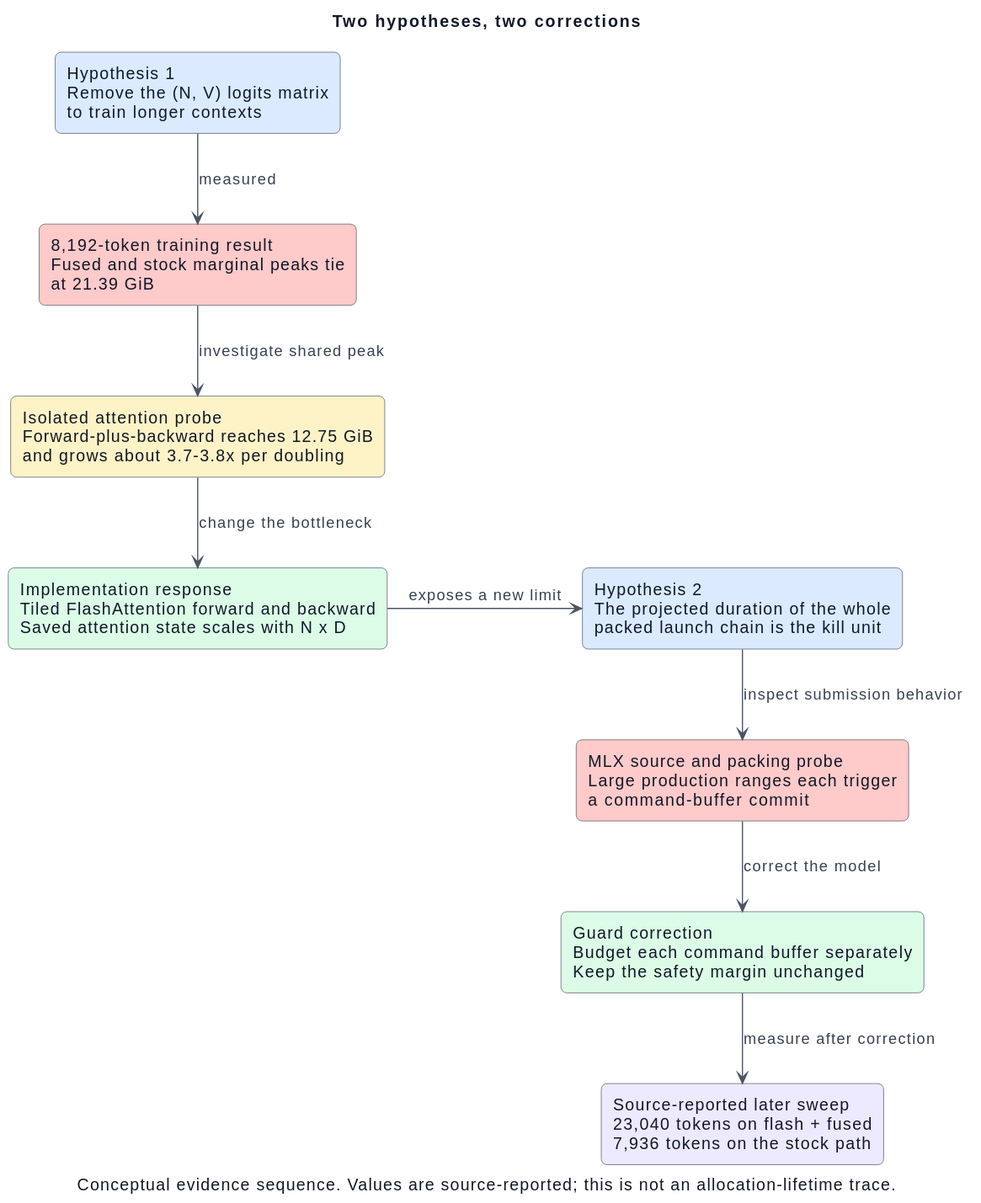
Above: docs/papers/diagrams/bottleneck-migration-evidence-flow.svg in IonDen/mlx-train-perf (PlantUML), before the change. Its diagram source:
```plantuml
@startuml
title Two hypotheses, two corrections

skinparam backgroundColor #FFFFFF
skinparam shadowing false
skinparam roundCorner 10
skinparam defaultFontName Helvetica
skinparam defaultFontColor #111827
skinparam ArrowColor #4B5563
skinparam ArrowFontColor #374151
skinparam rectangle {
  BorderColor #4B5563
  FontColor #111827
  BackgroundColor #F8FAFC
}

rectangle "Hypothesis 1\nRemove the (N, V) logits matrix\nto train longer contexts" as h1 #DBEAFE
rectangle "8,192-token training result\nFused and stock marginal peaks tie\nat 21.39 GiB" as tie #FECACA
rectangle "Isolated attention probe\nForward-plus-backward reaches 12.75 GiB\nand grows about 3.7-3.8x per doubling" as probe #FEF3C7
rectangle "Implementation response\nTiled FlashAttention forward and backward\nSaved attention state scales with N x D" as flash #DCFCE7
rectangle "Hypothesis 2\nThe projected duration of the whole\npacked launch chain is the kill unit" as h2 #DBEAFE
rectangle "MLX source and packing probe\nLarge production ranges each trigger\na command-buffer commit" as packing #FECACA
rectangle "Guard correction\nBudget each command buffer separately\nKeep the safety margin unchanged" as guard #DCFCE7
rectangle "Source-reported later sweep\n23,040 tokens on flash + fused\n7,936 tokens on the stock path" as sweep #EDE9FE

h1 -down-> tie : measured
tie -down-> probe : investigate shared peak
probe -down-> flash : change the bottleneck
flash -right-> h2 : exposes a new limit
h2 -down-> packing : inspect submission behavior
packing -down-> guard : correct the model
guard -down-> sweep : measure after correction

caption Conceptual evidence sequence. Values are source-reported; this is not an allocation-lifetime trace.
@enduml
```
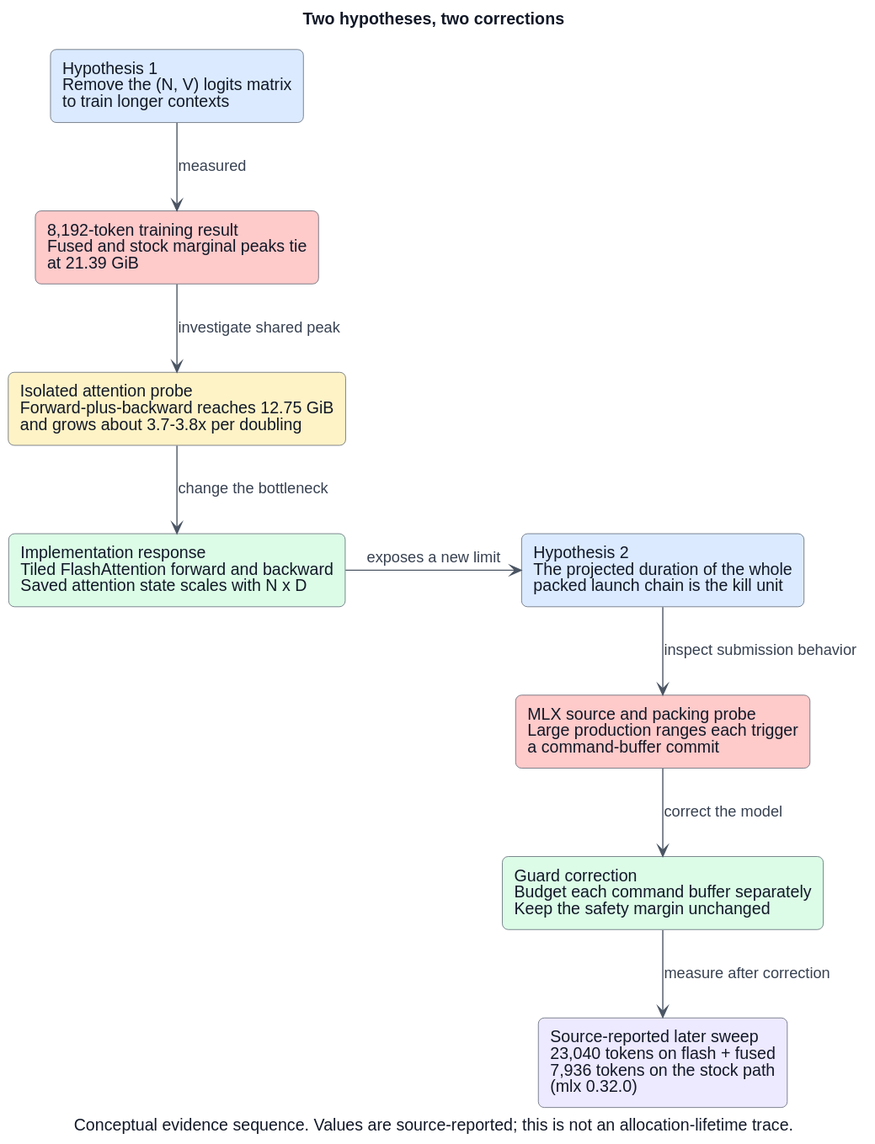
Above is the later version.

Commit message:
Correct three papers: MLX version, loss-table source, packing math (#23)

Change to the diagram source:
```diff
@@ -21,7 +21,7 @@
 rectangle "Hypothesis 2\nThe projected duration of the whole\npacked launch chain is the kill unit" as h2 #DBEAFE
 rectangle "MLX source and packing probe\nLarge production ranges each trigger\na command-buffer commit" as packing #FECACA
 rectangle "Guard correction\nBudget each command buffer separately\nKeep the safety margin unchanged" as guard #DCFCE7
-rectangle "Source-reported later sweep\n23,040 tokens on flash + fused\n7,936 tokens on the stock path" as sweep #EDE9FE
+rectangle "Source-reported later sweep\n23,040 tokens on flash + fused\n7,936 tokens on the stock path\n(mlx 0.32.0)" as sweep #EDE9FE
 
 h1 -down-> tie : measured
 tie -down-> probe : investigate shared peak
```
